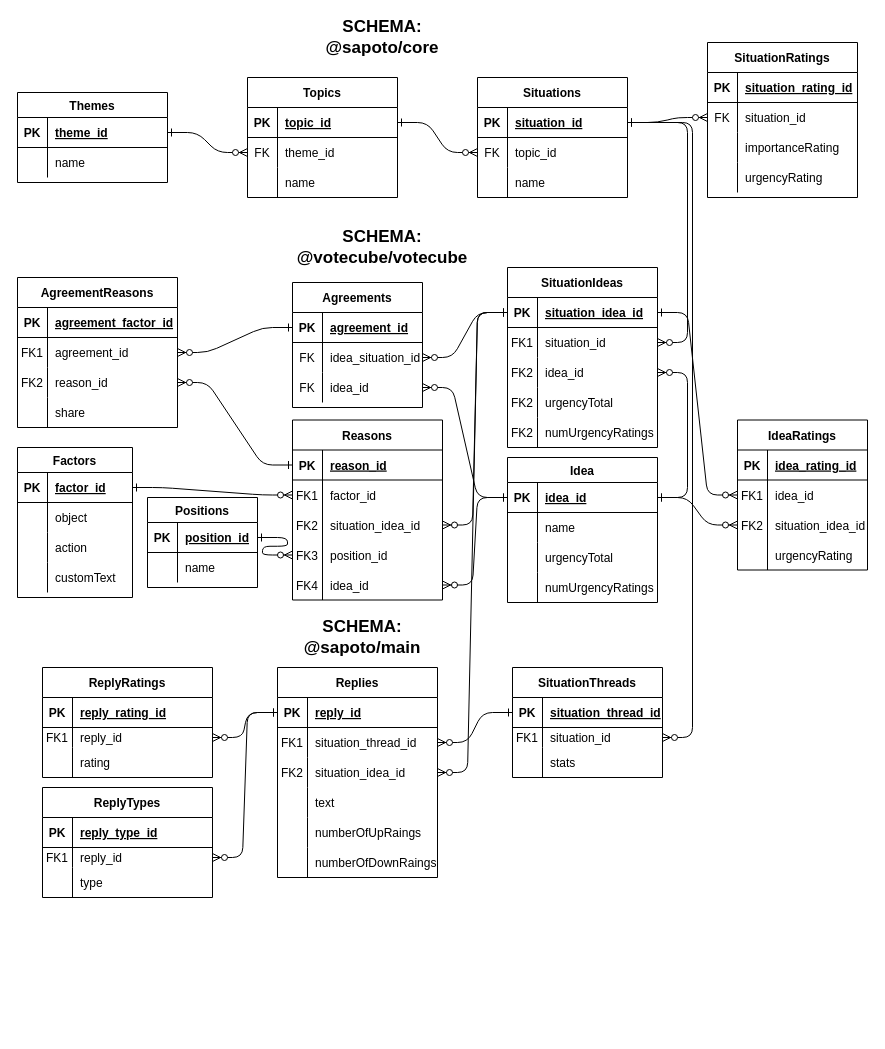
Earlier version of the draw.io diagram apps/entity-relationship-diagram.drawio (Past-The-War-Earth/sapoto.net). Source tidied: cells renumbered, new cells numbered last; positions are measured from the earlier drawing's top-left corner, leaving out a move shared by most shapes. Both pictures are drawn from the tidied source at 100%, with x=0, y=0 at pixel (17, 17).
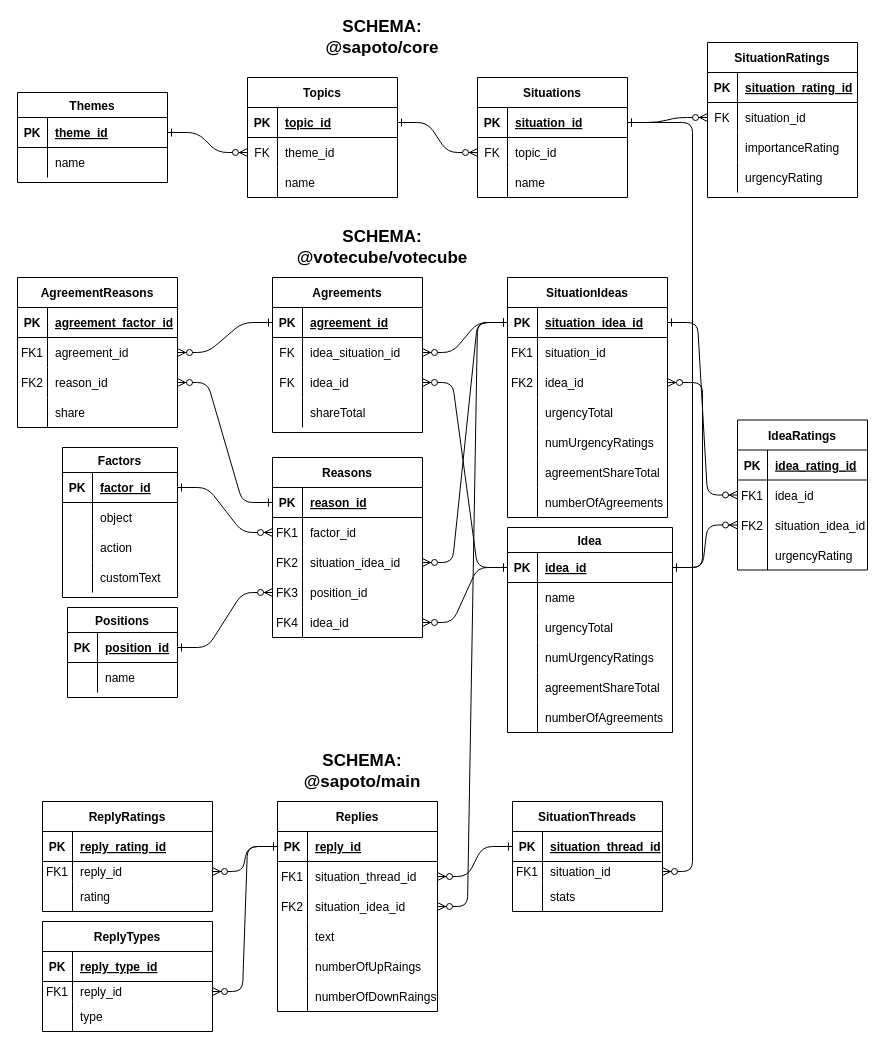
After the change.

Unchanged cells that the change refers to:
```xml
<mxCell id="34" style="shape=partialRectangle;fillColor=none;points=[[0,0.5],[1,0.5]];portConstraint=eastwest;top=0;left=0;right=0;bottom=1;" parent="33" vertex="1">
  <mxGeometry y="30" width="150" height="30" as="geometry" />
</mxCell>
```

The edit, as a diff of the source:
```diff
@@
-    <mxCell id="2" style="edgeStyle=entityRelationEdgeStyle;endArrow=ERzeroToMany;startArrow=ERone;endFill=1;startFill=0;" parent="1" edge="1" source="34" target="47">
-      <mxGeometry relative="1" as="geometry" />
-    </mxCell>
@@
     <mxCell id="4" value="SituationThreads" style="shape=table;startSize=30;childLayout=tableLayout;rowLines=0;fontStyle=1;align=center;" parent="1" vertex="1">
-      <mxGeometry x="495" y="650" width="150" height="110" as="geometry" />
+      <mxGeometry x="495" y="784" width="150" height="110" as="geometry" />
     </mxCell>
@@
     <mxCell id="14" value="Replies" style="shape=table;startSize=30;childLayout=tableLayout;rowLines=0;fontStyle=1;align=center;" parent="1" vertex="1">
-      <mxGeometry x="260" y="650" width="160" height="210" as="geometry" />
+      <mxGeometry x="260" y="784" width="160" height="210" as="geometry" />
     </mxCell>
@@
     <mxCell id="43" value="SituationIdeas" style="shape=table;startSize=30;childLayout=tableLayout;rowLines=0;fontStyle=1;align=center;" parent="1" vertex="1">
-      <mxGeometry x="490" y="250" width="150" height="180" as="geometry" />
+      <mxGeometry x="490" y="260" width="160" height="240" as="geometry" />
     </mxCell>
     <mxCell id="44" style="shape=partialRectangle;fillColor=none;points=[[0,0.5],[1,0.5]];portConstraint=eastwest;top=0;left=0;right=0;bottom=1;" parent="43" vertex="1">
-      <mxGeometry y="30" width="150" height="30" as="geometry" />
+      <mxGeometry y="30" width="160" height="30" as="geometry" />
     </mxCell>
@@
     <mxCell id="46" value="situation_idea_id" style="shape=partialRectangle;overflow=hidden;fillColor=none;top=0;left=0;bottom=0;right=0;align=left;spacingLeft=6;fontStyle=5;" parent="44" vertex="1">
-      <mxGeometry x="30" width="120" height="30" as="geometry" />
+      <mxGeometry x="30" width="130" height="30" as="geometry" />
     </mxCell>
     <mxCell id="47" style="shape=partialRectangle;fillColor=none;points=[[0,0.5],[1,0.5]];portConstraint=eastwest;top=0;left=0;right=0;bottom=0;" parent="43" vertex="1">
-      <mxGeometry y="60" width="150" height="30" as="geometry" />
+      <mxGeometry y="60" width="160" height="30" as="geometry" />
     </mxCell>
@@
     <mxCell id="49" value="situation_id" style="shape=partialRectangle;overflow=hidden;fillColor=none;top=0;left=0;bottom=0;right=0;align=left;spacingLeft=6;" parent="47" vertex="1">
-      <mxGeometry x="30" width="120" height="30" as="geometry" />
+      <mxGeometry x="30" width="130" height="30" as="geometry" />
     </mxCell>
     <mxCell id="50" style="shape=partialRectangle;fillColor=none;points=[[0,0.5],[1,0.5]];portConstraint=eastwest;top=0;left=0;right=0;bottom=0;" parent="43" vertex="1">
-      <mxGeometry y="90" width="150" height="30" as="geometry" />
+      <mxGeometry y="90" width="160" height="30" as="geometry" />
     </mxCell>
@@
     <mxCell id="52" value="idea_id" style="shape=partialRectangle;overflow=hidden;fillColor=none;top=0;left=0;bottom=0;right=0;align=left;spacingLeft=6;" parent="50" vertex="1">
-      <mxGeometry x="30" width="120" height="30" as="geometry" />
+      <mxGeometry x="30" width="130" height="30" as="geometry" />
     </mxCell>
     <mxCell id="53" style="shape=partialRectangle;fillColor=none;top=0;left=0;right=0;bottom=0;" parent="43" vertex="1">
-      <mxGeometry y="120" width="150" height="30" as="geometry" />
+      <mxGeometry y="120" width="160" height="30" as="geometry" />
     </mxCell>
-    <mxCell id="54" value="FK2" style="shape=partialRectangle;overflow=hidden;fillColor=none;top=0;left=0;bottom=0;right=0;" parent="53" vertex="1">
+    <mxCell id="54" style="shape=partialRectangle;overflow=hidden;fillColor=none;top=0;left=0;bottom=0;right=0;" parent="53" vertex="1">
       <mxGeometry width="30" height="30" as="geometry" />
     </mxCell>
     <mxCell id="55" value="urgencyTotal" style="shape=partialRectangle;overflow=hidden;fillColor=none;top=0;left=0;bottom=0;right=0;align=left;spacingLeft=6;" parent="53" vertex="1">
-      <mxGeometry x="30" width="120" height="30" as="geometry" />
+      <mxGeometry x="30" width="130" height="30" as="geometry" />
     </mxCell>
     <mxCell id="56" style="shape=partialRectangle;fillColor=none;top=0;left=0;right=0;bottom=0;" parent="43" vertex="1">
-      <mxGeometry y="150" width="150" height="30" as="geometry" />
+      <mxGeometry y="150" width="160" height="30" as="geometry" />
     </mxCell>
-    <mxCell id="57" value="FK2" style="shape=partialRectangle;overflow=hidden;fillColor=none;top=0;left=0;bottom=0;right=0;" parent="56" vertex="1">
+    <mxCell id="57" style="shape=partialRectangle;overflow=hidden;fillColor=none;top=0;left=0;bottom=0;right=0;" parent="56" vertex="1">
       <mxGeometry width="30" height="30" as="geometry" />
     </mxCell>
     <mxCell id="58" value="numUrgencyRatings" style="shape=partialRectangle;overflow=hidden;fillColor=none;top=0;left=0;bottom=0;right=0;align=left;spacingLeft=6;" parent="56" vertex="1">
-      <mxGeometry x="30" width="120" height="30" as="geometry" />
+      <mxGeometry x="30" width="130" height="30" as="geometry" />
     </mxCell>
+    <mxCell id="215" style="shape=partialRectangle;fillColor=none;top=0;left=0;right=0;bottom=0;" parent="43" vertex="1">
+      <mxGeometry y="180" width="160" height="30" as="geometry" />
+    </mxCell>
+    <mxCell id="216" style="shape=partialRectangle;overflow=hidden;fillColor=none;top=0;left=0;bottom=0;right=0;" parent="215" vertex="1">
+      <mxGeometry width="30" height="30" as="geometry" />
+    </mxCell>
+    <mxCell id="217" value="agreementShareTotal" style="shape=partialRectangle;overflow=hidden;fillColor=none;top=0;left=0;bottom=0;right=0;align=left;spacingLeft=6;" parent="215" vertex="1">
+      <mxGeometry x="30" width="130" height="30" as="geometry" />
+    </mxCell>
+    <mxCell id="218" style="shape=partialRectangle;fillColor=none;top=0;left=0;right=0;bottom=0;" parent="43" vertex="1">
+      <mxGeometry y="210" width="160" height="30" as="geometry" />
+    </mxCell>
+    <mxCell id="219" style="shape=partialRectangle;overflow=hidden;fillColor=none;top=0;left=0;bottom=0;right=0;" parent="218" vertex="1">
+      <mxGeometry width="30" height="30" as="geometry" />
+    </mxCell>
+    <mxCell id="220" value="numberOfAgreements" style="shape=partialRectangle;overflow=hidden;fillColor=none;top=0;left=0;bottom=0;right=0;align=left;spacingLeft=6;" parent="218" vertex="1">
+      <mxGeometry x="30" width="130" height="30" as="geometry" />
+    </mxCell>
@@
     <mxCell id="92" value="Idea" style="shape=table;startSize=25;childLayout=tableLayout;rowLines=0;fontStyle=1;align=center;" parent="1" vertex="1">
-      <mxGeometry x="490" y="440" width="150" height="145" as="geometry" />
+      <mxGeometry x="490" y="510" width="165" height="205" as="geometry" />
     </mxCell>
     <mxCell id="93" style="shape=partialRectangle;fillColor=none;points=[[0,0.5],[1,0.5]];portConstraint=eastwest;top=0;left=0;right=0;bottom=1;" parent="92" vertex="1">
-      <mxGeometry y="25" width="150" height="30" as="geometry" />
+      <mxGeometry y="25" width="165" height="30" as="geometry" />
     </mxCell>
@@
     <mxCell id="95" value="idea_id" style="shape=partialRectangle;overflow=hidden;fillColor=none;top=0;left=0;bottom=0;right=0;align=left;spacingLeft=6;fontStyle=5;" parent="93" vertex="1">
-      <mxGeometry x="30" width="120" height="30" as="geometry" />
+      <mxGeometry x="30" width="135" height="30" as="geometry" />
     </mxCell>
     <mxCell id="96" style="shape=partialRectangle;fillColor=none;top=0;left=0;right=0;bottom=0;" parent="92" vertex="1">
-      <mxGeometry y="55" width="150" height="30" as="geometry" />
+      <mxGeometry y="55" width="165" height="30" as="geometry" />
     </mxCell>
@@
     <mxCell id="98" value="name" style="shape=partialRectangle;overflow=hidden;fillColor=none;top=0;left=0;bottom=0;right=0;align=left;spacingLeft=6;" parent="96" vertex="1">
-      <mxGeometry x="30" width="120" height="30" as="geometry" />
+      <mxGeometry x="30" width="135" height="30" as="geometry" />
     </mxCell>
     <mxCell id="99" style="shape=partialRectangle;fillColor=none;top=0;left=0;right=0;bottom=0;" parent="92" vertex="1">
-      <mxGeometry y="85" width="150" height="30" as="geometry" />
+      <mxGeometry y="85" width="165" height="30" as="geometry" />
     </mxCell>
@@
     <mxCell id="101" value="urgencyTotal" style="shape=partialRectangle;overflow=hidden;fillColor=none;top=0;left=0;bottom=0;right=0;align=left;spacingLeft=6;" parent="99" vertex="1">
-      <mxGeometry x="30" width="120" height="30" as="geometry" />
+      <mxGeometry x="30" width="135" height="30" as="geometry" />
     </mxCell>
     <mxCell id="102" style="shape=partialRectangle;fillColor=none;top=0;left=0;right=0;bottom=0;" parent="92" vertex="1">
-      <mxGeometry y="115" width="150" height="30" as="geometry" />
+      <mxGeometry y="115" width="165" height="30" as="geometry" />
     </mxCell>
@@
     <mxCell id="104" value="numUrgencyRatings" style="shape=partialRectangle;overflow=hidden;fillColor=none;top=0;left=0;bottom=0;right=0;align=left;spacingLeft=6;" parent="102" vertex="1">
-      <mxGeometry x="30" width="120" height="30" as="geometry" />
+      <mxGeometry x="30" width="135" height="30" as="geometry" />
     </mxCell>
+    <mxCell id="221" style="shape=partialRectangle;fillColor=none;top=0;left=0;right=0;bottom=0;" parent="92" vertex="1">
+      <mxGeometry y="145" width="165" height="30" as="geometry" />
+    </mxCell>
+    <mxCell id="222" style="shape=partialRectangle;overflow=hidden;fillColor=none;top=0;left=0;bottom=0;right=0;" parent="221" vertex="1">
+      <mxGeometry width="30" height="30" as="geometry" />
+    </mxCell>
+    <mxCell id="223" value="agreementShareTotal" style="shape=partialRectangle;overflow=hidden;fillColor=none;top=0;left=0;bottom=0;right=0;align=left;spacingLeft=6;" parent="221" vertex="1">
+      <mxGeometry x="30" width="135" height="30" as="geometry" />
+    </mxCell>
+    <mxCell id="224" style="shape=partialRectangle;fillColor=none;top=0;left=0;right=0;bottom=0;" parent="92" vertex="1">
+      <mxGeometry y="175" width="165" height="30" as="geometry" />
+    </mxCell>
+    <mxCell id="225" style="shape=partialRectangle;overflow=hidden;fillColor=none;top=0;left=0;bottom=0;right=0;" parent="224" vertex="1">
+      <mxGeometry width="30" height="30" as="geometry" />
+    </mxCell>
+    <mxCell id="226" value="numberOfAgreements" style="shape=partialRectangle;overflow=hidden;fillColor=none;top=0;left=0;bottom=0;right=0;align=left;spacingLeft=6;" parent="224" vertex="1">
+      <mxGeometry x="30" width="135" height="30" as="geometry" />
+    </mxCell>
@@
     <mxCell id="106" value="Agreements" style="shape=table;startSize=30;childLayout=tableLayout;rowLines=0;fontStyle=1;align=center;" parent="1" vertex="1">
-      <mxGeometry x="275" y="265" width="130" height="125" as="geometry" />
+      <mxGeometry x="255" y="260" width="150" height="155" as="geometry" />
     </mxCell>
     <mxCell id="107" style="shape=partialRectangle;fillColor=none;points=[[0,0.5],[1,0.5]];portConstraint=eastwest;top=0;left=0;right=0;bottom=1;" parent="106" vertex="1">
-      <mxGeometry y="30" width="130" height="30" as="geometry" />
+      <mxGeometry y="30" width="150" height="30" as="geometry" />
     </mxCell>
@@
     <mxCell id="109" value="agreement_id" style="shape=partialRectangle;overflow=hidden;fillColor=none;top=0;left=0;bottom=0;right=0;align=left;spacingLeft=6;fontStyle=5;" parent="107" vertex="1">
-      <mxGeometry x="30" width="100" height="30" as="geometry" />
+      <mxGeometry x="30" width="120" height="30" as="geometry" />
     </mxCell>
     <mxCell id="110" style="shape=partialRectangle;fillColor=none;points=[[0,0.5],[1,0.5]];portConstraint=eastwest;top=0;left=0;right=0;bottom=0;" parent="106" vertex="1">
-      <mxGeometry y="60" width="130" height="30" as="geometry" />
+      <mxGeometry y="60" width="150" height="30" as="geometry" />
     </mxCell>
@@
     <mxCell id="112" value="idea_situation_id" style="shape=partialRectangle;overflow=hidden;fillColor=none;top=0;left=0;bottom=0;right=0;align=left;spacingLeft=6;" parent="110" vertex="1">
-      <mxGeometry x="30" width="100" height="30" as="geometry" />
+      <mxGeometry x="30" width="120" height="30" as="geometry" />
     </mxCell>
     <mxCell id="113" style="shape=partialRectangle;fillColor=none;points=[[0,0.5],[1,0.5]];portConstraint=eastwest;top=0;left=0;right=0;bottom=0;" parent="106" vertex="1">
-      <mxGeometry y="90" width="130" height="30" as="geometry" />
+      <mxGeometry y="90" width="150" height="30" as="geometry" />
     </mxCell>
@@
     <mxCell id="115" value="idea_id" style="shape=partialRectangle;overflow=hidden;fillColor=none;top=0;left=0;bottom=0;right=0;align=left;spacingLeft=6;" parent="113" vertex="1">
-      <mxGeometry x="30" width="100" height="30" as="geometry" />
+      <mxGeometry x="30" width="120" height="30" as="geometry" />
     </mxCell>
+    <mxCell id="227" style="shape=partialRectangle;fillColor=none;top=0;left=0;right=0;bottom=0;" parent="106" vertex="1">
+      <mxGeometry y="120" width="150" height="30" as="geometry" />
+    </mxCell>
+    <mxCell id="228" style="shape=partialRectangle;overflow=hidden;fillColor=none;top=0;left=0;bottom=0;right=0;" parent="227" vertex="1">
+      <mxGeometry width="30" height="30" as="geometry" />
+    </mxCell>
+    <mxCell id="229" value="shareTotal" style="shape=partialRectangle;overflow=hidden;fillColor=none;top=0;left=0;bottom=0;right=0;align=left;spacingLeft=6;" parent="227" vertex="1">
+      <mxGeometry x="30" width="120" height="30" as="geometry" />
+    </mxCell>
@@
     <mxCell id="131" value="Reasons" style="shape=table;startSize=30;childLayout=tableLayout;rowLines=0;fontStyle=1;align=center;" parent="1" vertex="1">
-      <mxGeometry x="275" y="402.5" width="150" height="180" as="geometry" />
+      <mxGeometry x="255" y="440" width="150" height="180" as="geometry" />
     </mxCell>
@@
     <mxCell id="148" value="Factors" style="shape=table;startSize=25;childLayout=tableLayout;rowLines=0;fontStyle=1;align=center;" parent="1" vertex="1">
-      <mxGeometry y="430" width="115" height="150" as="geometry" />
+      <mxGeometry x="45" y="430" width="115" height="150" as="geometry" />
     </mxCell>
@@
     <mxCell id="162" value="Positions" style="shape=table;startSize=25;childLayout=tableLayout;rowLines=0;fontStyle=1;align=center;" parent="1" vertex="1">
-      <mxGeometry x="130" y="480" width="110" height="90" as="geometry" />
+      <mxGeometry x="50" y="590" width="110" height="90" as="geometry" />
     </mxCell>
@@
     <mxCell id="173" value="ReplyRatings" style="shape=table;startSize=30;childLayout=tableLayout;rowLines=0;fontStyle=1;align=center;" parent="1" vertex="1">
-      <mxGeometry x="25" y="650" width="170" height="110" as="geometry" />
+      <mxGeometry x="25" y="784" width="170" height="110" as="geometry" />
     </mxCell>
@@
     <mxCell id="184" value="ReplyTypes" style="shape=table;startSize=30;childLayout=tableLayout;rowLines=0;fontStyle=1;align=center;" parent="1" vertex="1">
-      <mxGeometry x="25" y="770" width="170" height="110" as="geometry" />
+      <mxGeometry x="25" y="904" width="170" height="110" as="geometry" />
     </mxCell>
@@
     <mxCell id="197" value="SCHEMA: @sapoto/main" style="text;html=1;strokeColor=none;fillColor=none;align=center;verticalAlign=middle;whiteSpace=wrap;rounded=0;fontStyle=1;fontSize=17;" parent="1" vertex="1">
-      <mxGeometry x="260" y="600" width="170" height="40" as="geometry" />
+      <mxGeometry x="260" y="734" width="170" height="40" as="geometry" />
     </mxCell>
```
